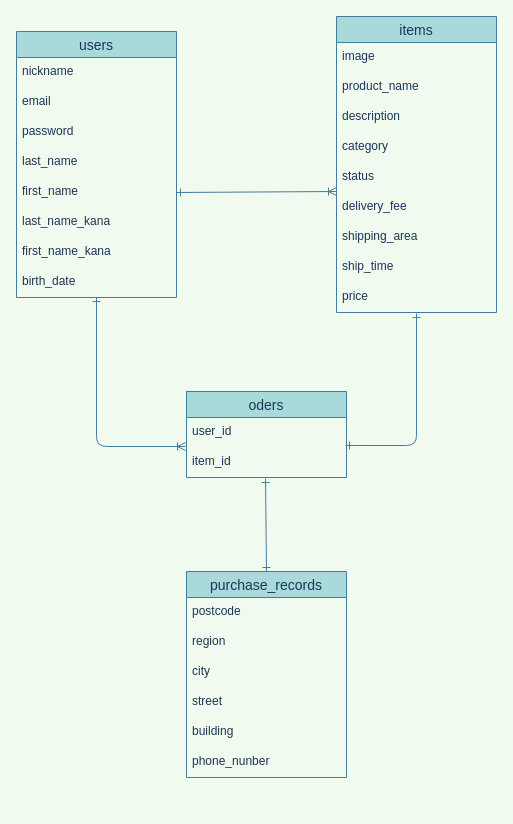
Before: ER.dio in yama864/furima-36340, a draw.io diagram. Source tidied: cells renumbered, new cells numbered last; positions are measured from the earlier drawing's top-left corner, leaving out a move shared by most shapes. Both pictures are drawn from the tidied source at 100%, with x=0, y=0 at pixel (16, 16).
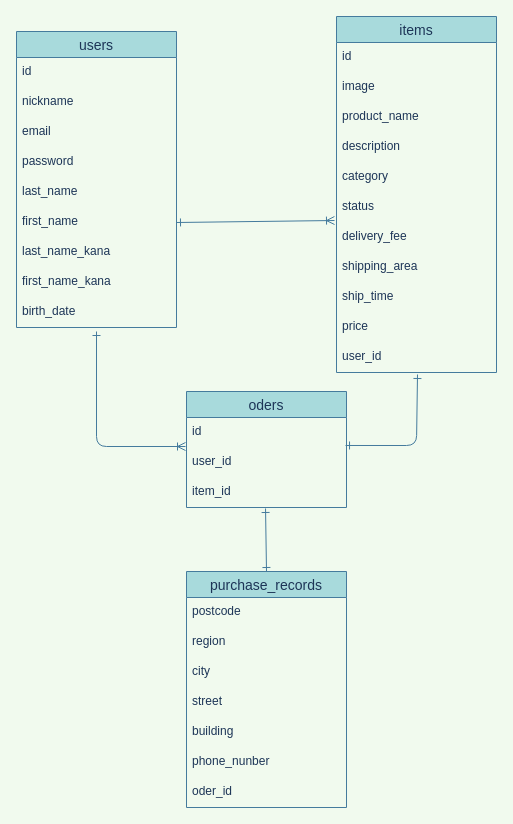
After the change.

Commit message (it also covers changes not shown here):
【修正3】データベース設計

What changed in the source:
```diff
@@
     <mxCell id="2" value="users" style="swimlane;fontStyle=0;horizontal=1;startSize=26;align=center;fontSize=14;fillColor=#A8DADC;strokeColor=#457B9D;fontColor=#1D3557;" parent="1" vertex="1">
-      <mxGeometry y="15" width="160" height="266" as="geometry" />
+      <mxGeometry y="15" width="160" height="296" as="geometry" />
     </mxCell>
-    <mxCell id="3" value="nickname" style="text;strokeColor=none;fillColor=none;spacingLeft=4;spacingRight=4;overflow=hidden;fontSize=12;fontColor=#1D3557;" parent="2" vertex="1">
+    <mxCell id="3" value="id" style="text;strokeColor=none;fillColor=none;spacingLeft=4;spacingRight=4;overflow=hidden;fontSize=12;fontColor=#1D3557;" parent="2" vertex="1">
       <mxGeometry y="26" width="160" height="30" as="geometry" />
     </mxCell>
+    <mxCell id="35" value="nickname" style="text;strokeColor=none;fillColor=none;spacingLeft=4;spacingRight=4;overflow=hidden;fontSize=12;fontColor=#1D3557;" parent="2" vertex="1">
+      <mxGeometry y="56" width="160" height="30" as="geometry" />
+    </mxCell>
     <mxCell id="4" value="email" style="text;strokeColor=none;fillColor=none;spacingLeft=4;spacingRight=4;overflow=hidden;fontSize=12;fontColor=#1D3557;" parent="2" vertex="1">
-      <mxGeometry y="56" width="160" height="30" as="geometry" />
+      <mxGeometry y="86" width="160" height="30" as="geometry" />
     </mxCell>
     <mxCell id="5" value="password" style="text;strokeColor=none;fillColor=none;spacingLeft=4;spacingRight=4;overflow=hidden;fontSize=12;fontColor=#1D3557;" parent="2" vertex="1">
-      <mxGeometry y="86" width="160" height="30" as="geometry" />
+      <mxGeometry y="116" width="160" height="30" as="geometry" />
     </mxCell>
     <mxCell id="6" value="last_name" style="text;strokeColor=none;fillColor=none;spacingLeft=4;spacingRight=4;overflow=hidden;fontSize=12;fontColor=#1D3557;" parent="2" vertex="1">
-      <mxGeometry y="116" width="160" height="30" as="geometry" />
+      <mxGeometry y="146" width="160" height="30" as="geometry" />
     </mxCell>
     <mxCell id="7" value="first_name" style="text;strokeColor=none;fillColor=none;spacingLeft=4;spacingRight=4;overflow=hidden;points=[[0,0.5],[1,0.5]];portConstraint=eastwest;fontSize=12;fontColor=#1D3557;" parent="2" vertex="1">
-      <mxGeometry y="146" width="160" height="30" as="geometry" />
+      <mxGeometry y="176" width="160" height="30" as="geometry" />
     </mxCell>
     <mxCell id="8" value="last_name_kana" style="text;strokeColor=none;fillColor=none;spacingLeft=4;spacingRight=4;overflow=hidden;fontSize=12;fontColor=#1D3557;" parent="2" vertex="1">
-      <mxGeometry y="176" width="160" height="30" as="geometry" />
+      <mxGeometry y="206" width="160" height="30" as="geometry" />
     </mxCell>
     <mxCell id="9" value="first_name_kana" style="text;strokeColor=none;fillColor=none;spacingLeft=4;spacingRight=4;overflow=hidden;fontSize=12;fontColor=#1D3557;" parent="2" vertex="1">
-      <mxGeometry y="206" width="160" height="30" as="geometry" />
+      <mxGeometry y="236" width="160" height="30" as="geometry" />
     </mxCell>
     <mxCell id="10" value="birth_date" style="text;strokeColor=none;fillColor=none;spacingLeft=4;spacingRight=4;overflow=hidden;fontSize=12;fontColor=#1D3557;" parent="2" vertex="1">
-      <mxGeometry y="236" width="160" height="30" as="geometry" />
+      <mxGeometry y="266" width="160" height="30" as="geometry" />
     </mxCell>
     <mxCell id="11" value="items" style="swimlane;fontStyle=0;horizontal=1;startSize=26;align=center;fontSize=14;fillColor=#A8DADC;strokeColor=#457B9D;fontColor=#1D3557;" parent="1" vertex="1">
-      <mxGeometry x="320" width="160" height="296" as="geometry" />
+      <mxGeometry x="320" width="160" height="356" as="geometry" />
     </mxCell>
-    <mxCell id="12" value="image" style="text;strokeColor=none;fillColor=none;spacingLeft=4;spacingRight=4;overflow=hidden;fontSize=12;fontColor=#1D3557;" parent="11" vertex="1">
+    <mxCell id="12" value="id" style="text;strokeColor=none;fillColor=none;spacingLeft=4;spacingRight=4;overflow=hidden;fontSize=12;fontColor=#1D3557;" parent="11" vertex="1">
       <mxGeometry y="26" width="160" height="30" as="geometry" />
     </mxCell>
+    <mxCell id="36" value="image" style="text;strokeColor=none;fillColor=none;spacingLeft=4;spacingRight=4;overflow=hidden;fontSize=12;fontColor=#1D3557;" parent="11" vertex="1">
+      <mxGeometry y="56" width="160" height="30" as="geometry" />
+    </mxCell>
     <mxCell id="13" value="product_name" style="text;strokeColor=none;fillColor=none;spacingLeft=4;spacingRight=4;overflow=hidden;fontSize=12;fontColor=#1D3557;" parent="11" vertex="1">
-      <mxGeometry y="56" width="160" height="30" as="geometry" />
+      <mxGeometry y="86" width="160" height="30" as="geometry" />
     </mxCell>
     <mxCell id="14" value="description" style="text;strokeColor=none;fillColor=none;spacingLeft=4;spacingRight=4;overflow=hidden;fontSize=12;fontColor=#1D3557;" parent="11" vertex="1">
-      <mxGeometry y="86" width="160" height="30" as="geometry" />
+      <mxGeometry y="116" width="160" height="30" as="geometry" />
     </mxCell>
     <mxCell id="15" value="category" style="text;strokeColor=none;fillColor=none;spacingLeft=4;spacingRight=4;overflow=hidden;fontSize=12;fontColor=#1D3557;" parent="11" vertex="1">
-      <mxGeometry y="116" width="160" height="30" as="geometry" />
+      <mxGeometry y="146" width="160" height="30" as="geometry" />
     </mxCell>
     <mxCell id="16" value="status" style="text;strokeColor=none;fillColor=none;spacingLeft=4;spacingRight=4;overflow=hidden;fontSize=12;fontColor=#1D3557;" parent="11" vertex="1">
-      <mxGeometry y="146" width="160" height="30" as="geometry" />
+      <mxGeometry y="176" width="160" height="30" as="geometry" />
     </mxCell>
     <mxCell id="17" value="delivery_fee" style="text;strokeColor=none;fillColor=none;spacingLeft=4;spacingRight=4;overflow=hidden;fontSize=12;fontColor=#1D3557;" parent="11" vertex="1">
-      <mxGeometry y="176" width="160" height="30" as="geometry" />
+      <mxGeometry y="206" width="160" height="30" as="geometry" />
     </mxCell>
     <mxCell id="18" value="shipping_area" style="text;strokeColor=none;fillColor=none;spacingLeft=4;spacingRight=4;overflow=hidden;fontSize=12;fontColor=#1D3557;" parent="11" vertex="1">
-      <mxGeometry y="206" width="160" height="30" as="geometry" />
+      <mxGeometry y="236" width="160" height="30" as="geometry" />
     </mxCell>
     <mxCell id="19" value="ship_time" style="text;strokeColor=none;fillColor=none;spacingLeft=4;spacingRight=4;overflow=hidden;fontSize=12;fontColor=#1D3557;" parent="11" vertex="1">
-      <mxGeometry y="236" width="160" height="30" as="geometry" />
+      <mxGeometry y="266" width="160" height="30" as="geometry" />
     </mxCell>
     <mxCell id="20" value="price" style="text;strokeColor=none;fillColor=none;spacingLeft=4;spacingRight=4;overflow=hidden;fontSize=12;fontColor=#1D3557;" parent="11" vertex="1">
-      <mxGeometry y="266" width="160" height="30" as="geometry" />
+      <mxGeometry y="296" width="160" height="30" as="geometry" />
     </mxCell>
+    <mxCell id="37" value="user_id" style="text;strokeColor=none;fillColor=none;spacingLeft=4;spacingRight=4;overflow=hidden;fontSize=12;fontColor=#1D3557;" parent="11" vertex="1">
+      <mxGeometry y="326" width="160" height="30" as="geometry" />
+    </mxCell>
     <mxCell id="21" value="purchase_records" style="swimlane;fontStyle=0;horizontal=1;startSize=26;align=center;fontSize=14;fillColor=#A8DADC;strokeColor=#457B9D;fontColor=#1D3557;" parent="1" vertex="1">
-      <mxGeometry x="170" y="555" width="160" height="206" as="geometry" />
+      <mxGeometry x="170" y="555" width="160" height="236" as="geometry" />
     </mxCell>
@@
+    <mxCell id="38" value="oder_id" style="text;strokeColor=none;fillColor=none;spacingLeft=4;spacingRight=4;overflow=hidden;fontSize=12;fontColor=#1D3557;" parent="21" vertex="1">
+      <mxGeometry y="206" width="160" height="30" as="geometry" />
+    </mxCell>
     <mxCell id="28" style="endArrow=ERone;html=1;startArrow=ERone;startFill=0;endFill=0;strokeColor=#457B9D;fontColor=#1D3557;exitX=0.994;exitY=0.933;exitDx=0;exitDy=0;exitPerimeter=0;labelBackgroundColor=#F1FAEE;" parent="1" edge="1" source="32">
       <mxGeometry relative="1" as="geometry">
-        <mxPoint x="400" y="297" as="targetPoint" />
+        <mxPoint x="401" y="358" as="targetPoint" />
         <Array as="points">
           <mxPoint x="400" y="429" />
         </Array>
       </mxGeometry>
     </mxCell>
     <mxCell id="29" style="endArrow=ERoneToMany;html=1;exitX=1;exitY=0.5;exitDx=0;exitDy=0;startArrow=ERone;startFill=0;endFill=0;strokeColor=#457B9D;fontColor=#1D3557;labelBackgroundColor=#F1FAEE;" parent="1" edge="1" source="7">
       <mxGeometry relative="1" as="geometry">
-        <mxPoint x="320" y="175" as="targetPoint" />
+        <mxPoint x="318" y="204" as="targetPoint" />
       </mxGeometry>
     </mxCell>
-    <mxCell id="30" style="endArrow=ERone;html=1;startArrow=ERoneToMany;startFill=0;endFill=0;strokeColor=#457B9D;fontColor=#1D3557;exitX=-0.006;exitY=-0.033;exitDx=0;exitDy=0;exitPerimeter=0;labelBackgroundColor=#F1FAEE;" parent="1" edge="1" source="33">
+    <mxCell id="30" style="endArrow=ERone;html=1;startArrow=ERoneToMany;startFill=0;endFill=0;strokeColor=#457B9D;fontColor=#1D3557;labelBackgroundColor=#F1FAEE;" parent="1" edge="1">
       <mxGeometry relative="1" as="geometry">
-        <mxPoint x="80" y="281" as="targetPoint" />
+        <mxPoint x="169" y="430" as="sourcePoint" />
+        <mxPoint x="80" y="315" as="targetPoint" />
         <Array as="points">
           <mxPoint x="80" y="430" />
         </Array>
       </mxGeometry>
     </mxCell>
     <mxCell id="31" value="oders" style="swimlane;fontStyle=0;horizontal=1;startSize=26;align=center;fontSize=14;fillColor=#A8DADC;strokeColor=#457B9D;fontColor=#1D3557;" parent="1" vertex="1">
-      <mxGeometry x="170" y="375" width="160" height="86" as="geometry" />
+      <mxGeometry x="170" y="375" width="160" height="116" as="geometry" />
     </mxCell>
-    <mxCell id="32" value="user_id" style="text;strokeColor=none;fillColor=none;spacingLeft=4;spacingRight=4;overflow=hidden;points=[[0,0.5],[1,0.5]];portConstraint=eastwest;fontSize=12;fontColor=#1D3557;" parent="31" vertex="1">
+    <mxCell id="32" value="id" style="text;strokeColor=none;fillColor=none;spacingLeft=4;spacingRight=4;overflow=hidden;points=[[0,0.5],[1,0.5]];portConstraint=eastwest;fontSize=12;fontColor=#1D3557;" parent="31" vertex="1">
       <mxGeometry y="26" width="160" height="30" as="geometry" />
     </mxCell>
+    <mxCell id="39" value="user_id" style="text;strokeColor=none;fillColor=none;spacingLeft=4;spacingRight=4;overflow=hidden;fontSize=12;fontColor=#1D3557;" parent="31" vertex="1">
+      <mxGeometry y="56" width="160" height="30" as="geometry" />
+    </mxCell>
     <mxCell id="33" value="item_id" style="text;strokeColor=none;fillColor=none;spacingLeft=4;spacingRight=4;overflow=hidden;points=[[0,0.5],[1,0.5]];portConstraint=eastwest;fontSize=12;fontColor=#1D3557;" parent="31" vertex="1">
-      <mxGeometry y="56" width="160" height="30" as="geometry" />
+      <mxGeometry y="86" width="160" height="30" as="geometry" />
     </mxCell>
```
